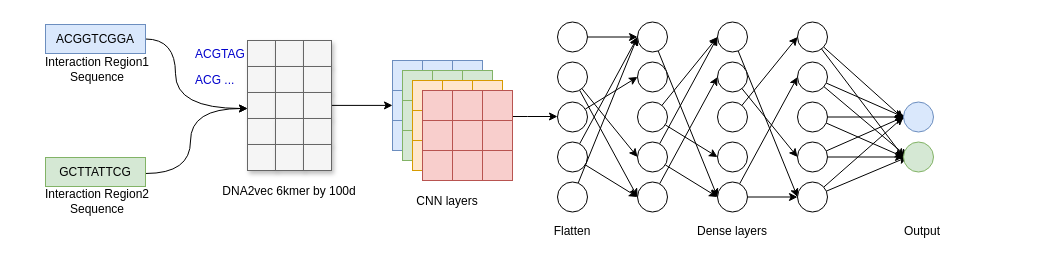
Earlier version of the draw.io diagram embedding_cnn_one_branch.drawio (NaiveTom/draw.io). Source tidied: cells renumbered, new cells numbered last; positions are measured from the earlier drawing's top-left corner, leaving out a move shared by most shapes. Both pictures are drawn from the tidied source at 100%, with x=0, y=0 at pixel (17, 21).
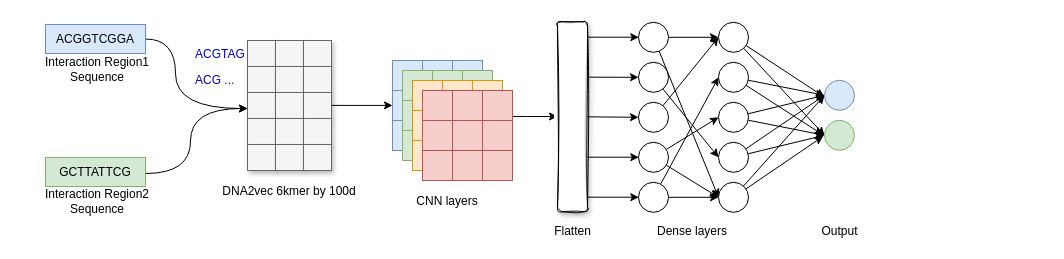
After the change.

The change refers to these unchanged cells:
```xml
<mxCell id="38" style="whiteSpace=wrap;html=1;fillColor=#f8cecc;strokeColor=#b85450;" parent="1" vertex="1">
  <mxGeometry x="465" y="69" width="30" height="30" as="geometry" />
</mxCell>
```

Change to the diagram source:
```diff
@@
-    <mxCell id="4" style="edgeStyle=orthogonalEdgeStyle;rounded=0;orthogonalLoop=1;jettySize=auto;html=1;entryX=0;entryY=0.5;entryDx=0;entryDy=0;" parent="1" edge="1">
-      <mxGeometry relative="1" as="geometry">
-        <mxPoint x="495" y="95" as="sourcePoint" />
-        <mxPoint x="540" y="95" as="targetPoint" />
-        <Array as="points">
-          <mxPoint x="510" y="95" />
-          <mxPoint x="510" y="95" />
-        </Array>
-      </mxGeometry>
-    </mxCell>
@@
+    <mxCell id="118" style="edgeStyle=orthogonalEdgeStyle;rounded=0;jettySize=auto;html=1;" parent="1" edge="1" source="38" target="150">
+      <mxGeometry relative="1" as="geometry">
+        <Array as="points">
+          <mxPoint x="510" y="95" />
+          <mxPoint x="510" y="95" />
+        </Array>
+      </mxGeometry>
+    </mxCell>
@@
-    <mxCell id="61" style="edgeStyle=none;rounded=0;jettySize=auto;html=1;entryX=0;entryY=0.5;entryDx=0;entryDy=0;" parent="1" edge="1" source="62" target="74">
-      <mxGeometry relative="1" as="geometry" />
-    </mxCell>
-    <mxCell id="62" style="ellipse;whiteSpace=wrap;html=1;" parent="1" vertex="1">
-      <mxGeometry x="540" y="0.5" width="30" height="30" as="geometry" />
-    </mxCell>
-    <mxCell id="63" style="edgeStyle=none;rounded=1;jumpSize=20;jettySize=auto;html=1;entryX=0;entryY=0.5;entryDx=0;entryDy=0;strokeWidth=1;" parent="1" edge="1" source="65" target="83">
-      <mxGeometry relative="1" as="geometry" />
-    </mxCell>
-    <mxCell id="64" style="edgeStyle=none;rounded=1;jumpSize=20;jettySize=auto;html=1;entryX=0;entryY=0.5;entryDx=0;entryDy=0;strokeWidth=1;" parent="1" edge="1" source="65" target="81">
-      <mxGeometry relative="1" as="geometry" />
-    </mxCell>
-    <mxCell id="65" style="ellipse;whiteSpace=wrap;html=1;" parent="1" vertex="1">
-      <mxGeometry x="540" y="40.5" width="30" height="30" as="geometry" />
-    </mxCell>
-    <mxCell id="66" style="rounded=1;jumpSize=20;jettySize=auto;html=1;entryX=0;entryY=0.5;entryDx=0;entryDy=0;strokeWidth=1;" parent="1" edge="1" source="67" target="75">
-      <mxGeometry relative="1" as="geometry" />
-    </mxCell>
-    <mxCell id="67" style="ellipse;whiteSpace=wrap;html=1;" parent="1" vertex="1">
-      <mxGeometry x="540" y="80.5" width="30" height="30" as="geometry" />
-    </mxCell>
-    <mxCell id="68" style="rounded=1;jumpSize=20;jettySize=auto;html=1;entryX=0;entryY=0.5;entryDx=0;entryDy=0;strokeWidth=1;" parent="1" edge="1" source="70" target="74">
-      <mxGeometry relative="1" as="geometry" />
-    </mxCell>
-    <mxCell id="69" style="edgeStyle=none;rounded=1;jumpSize=20;jettySize=auto;html=1;entryX=0;entryY=0.5;entryDx=0;entryDy=0;strokeWidth=1;" parent="1" edge="1" source="70" target="83">
-      <mxGeometry relative="1" as="geometry" />
-    </mxCell>
-    <mxCell id="70" style="ellipse;whiteSpace=wrap;html=1;" parent="1" vertex="1">
-      <mxGeometry x="540" y="120.5" width="30" height="30" as="geometry" />
-    </mxCell>
-    <mxCell id="71" style="edgeStyle=none;rounded=1;jumpSize=20;jettySize=auto;html=1;entryX=0;entryY=0.5;entryDx=0;entryDy=0;strokeWidth=1;" parent="1" edge="1" source="72" target="74">
-      <mxGeometry relative="1" as="geometry" />
-    </mxCell>
-    <mxCell id="72" style="ellipse;whiteSpace=wrap;html=1;" parent="1" vertex="1">
-      <mxGeometry x="540" y="160.5" width="30" height="30" as="geometry" />
-    </mxCell>
-    <mxCell id="73" style="edgeStyle=none;rounded=1;jumpSize=20;jettySize=auto;html=1;entryX=0;entryY=0.5;entryDx=0;entryDy=0;strokeWidth=1;" parent="1" edge="1" source="74" target="95">
-      <mxGeometry relative="1" as="geometry" />
-    </mxCell>
-    <mxCell id="74" style="ellipse;whiteSpace=wrap;html=1;" parent="1" vertex="1">
-      <mxGeometry x="620" y="0.5" width="30" height="30" as="geometry" />
-    </mxCell>
-    <mxCell id="75" style="ellipse;whiteSpace=wrap;html=1;" parent="1" vertex="1">
-      <mxGeometry x="620" y="40.5" width="30" height="30" as="geometry" />
-    </mxCell>
-    <mxCell id="76" style="edgeStyle=none;rounded=1;jumpSize=20;jettySize=auto;html=1;entryX=0;entryY=0.5;entryDx=0;entryDy=0;strokeWidth=1;" parent="1" edge="1" source="78" target="92">
-      <mxGeometry relative="1" as="geometry" />
-    </mxCell>
-    <mxCell id="77" style="edgeStyle=none;rounded=1;jumpSize=20;jettySize=auto;html=1;entryX=0;entryY=0.5;entryDx=0;entryDy=0;strokeWidth=1;" parent="1" edge="1" source="78" target="87">
-      <mxGeometry relative="1" as="geometry" />
-    </mxCell>
-    <mxCell id="78" style="ellipse;whiteSpace=wrap;html=1;" parent="1" vertex="1">
-      <mxGeometry x="620" y="80.5" width="30" height="30" as="geometry" />
-    </mxCell>
-    <mxCell id="79" style="edgeStyle=none;rounded=1;jumpSize=20;jettySize=auto;html=1;entryX=0;entryY=0.5;entryDx=0;entryDy=0;strokeWidth=1;" parent="1" edge="1" source="81" target="87">
-      <mxGeometry relative="1" as="geometry" />
-    </mxCell>
-    <mxCell id="80" style="edgeStyle=none;rounded=1;jumpSize=20;jettySize=auto;html=1;entryX=0;entryY=0.5;entryDx=0;entryDy=0;strokeWidth=1;" parent="1" edge="1" source="81" target="95">
-      <mxGeometry relative="1" as="geometry" />
-    </mxCell>
-    <mxCell id="81" style="ellipse;whiteSpace=wrap;html=1;" parent="1" vertex="1">
-      <mxGeometry x="620" y="120.5" width="30" height="30" as="geometry" />
-    </mxCell>
-    <mxCell id="82" style="edgeStyle=none;rounded=1;jumpSize=20;jettySize=auto;html=1;entryX=0;entryY=0.5;entryDx=0;entryDy=0;strokeWidth=1;" parent="1" edge="1" source="83" target="89">
-      <mxGeometry relative="1" as="geometry" />
-    </mxCell>
-    <mxCell id="83" style="ellipse;whiteSpace=wrap;html=1;" parent="1" vertex="1">
-      <mxGeometry x="620" y="160.5" width="30" height="30" as="geometry" />
-    </mxCell>
-    <mxCell id="84" value="Dense layers" style="text;html=1;strokeColor=none;fillColor=none;align=center;verticalAlign=middle;whiteSpace=wrap;rounded=0;" parent="1" vertex="1">
-      <mxGeometry x="590" y="199.5" width="250" height="20" as="geometry" />
-    </mxCell>
-    <mxCell id="85" value="Flatten" style="text;html=1;strokeColor=none;fillColor=none;align=center;verticalAlign=middle;whiteSpace=wrap;rounded=0;" parent="1" vertex="1">
-      <mxGeometry x="430" y="199.5" width="250" height="20" as="geometry" />
-    </mxCell>
-    <mxCell id="86" style="edgeStyle=none;rounded=1;jumpSize=20;jettySize=auto;html=1;entryX=0;entryY=0.5;entryDx=0;entryDy=0;strokeWidth=1;" parent="1" edge="1" source="87" target="110">
-      <mxGeometry relative="1" as="geometry" />
-    </mxCell>
-    <mxCell id="87" style="ellipse;whiteSpace=wrap;html=1;" parent="1" vertex="1">
-      <mxGeometry x="700" y="0.5" width="30" height="30" as="geometry" />
-    </mxCell>
-    <mxCell id="88" style="edgeStyle=none;rounded=1;jumpSize=20;jettySize=auto;html=1;entryX=0;entryY=0.5;entryDx=0;entryDy=0;strokeWidth=1;" parent="1" edge="1" source="89" target="107">
-      <mxGeometry relative="1" as="geometry" />
-    </mxCell>
-    <mxCell id="89" style="ellipse;whiteSpace=wrap;html=1;" parent="1" vertex="1">
-      <mxGeometry x="700" y="40.5" width="30" height="30" as="geometry" />
-    </mxCell>
-    <mxCell id="90" style="edgeStyle=none;rounded=1;jumpSize=20;jettySize=auto;html=1;entryX=0;entryY=0.5;entryDx=0;entryDy=0;strokeWidth=1;" parent="1" edge="1" source="91" target="98">
-      <mxGeometry relative="1" as="geometry" />
-    </mxCell>
-    <mxCell id="91" style="ellipse;whiteSpace=wrap;html=1;" parent="1" vertex="1">
-      <mxGeometry x="700" y="80.5" width="30" height="30" as="geometry" />
-    </mxCell>
-    <mxCell id="92" style="ellipse;whiteSpace=wrap;html=1;" parent="1" vertex="1">
-      <mxGeometry x="700" y="120.5" width="30" height="30" as="geometry" />
-    </mxCell>
-    <mxCell id="93" style="edgeStyle=none;rounded=1;jumpSize=20;jettySize=auto;html=1;entryX=0;entryY=0.5;entryDx=0;entryDy=0;strokeWidth=1;" parent="1" edge="1" source="95" target="101">
-      <mxGeometry relative="1" as="geometry" />
-    </mxCell>
-    <mxCell id="94" style="edgeStyle=none;rounded=1;jumpSize=20;jettySize=auto;html=1;entryX=0;entryY=0.5;entryDx=0;entryDy=0;strokeWidth=1;" parent="1" edge="1" source="95" target="110">
-      <mxGeometry relative="1" as="geometry" />
-    </mxCell>
-    <mxCell id="95" style="ellipse;whiteSpace=wrap;html=1;" parent="1" vertex="1">
-      <mxGeometry x="700" y="160.5" width="30" height="30" as="geometry" />
-    </mxCell>
-    <mxCell id="96" style="edgeStyle=none;rounded=1;jumpSize=20;jettySize=auto;html=1;entryX=0;entryY=0.5;entryDx=0;entryDy=0;strokeWidth=1;" parent="1" edge="1" source="98" target="113">
-      <mxGeometry relative="1" as="geometry" />
-    </mxCell>
-    <mxCell id="97" style="edgeStyle=none;rounded=1;jumpSize=20;jettySize=auto;html=1;strokeWidth=1;entryX=-0.001;entryY=0.557;entryDx=0;entryDy=0;entryPerimeter=0;" parent="1" edge="1" source="98" target="112">
-      <mxGeometry relative="1" as="geometry" />
-    </mxCell>
-    <mxCell id="98" style="ellipse;whiteSpace=wrap;html=1;" parent="1" vertex="1">
-      <mxGeometry x="780" y="0.5" width="30" height="30" as="geometry" />
-    </mxCell>
-    <mxCell id="99" style="edgeStyle=none;rounded=1;jumpSize=20;jettySize=auto;html=1;entryX=0;entryY=0.5;entryDx=0;entryDy=0;strokeWidth=1;" parent="1" edge="1" source="101" target="112">
-      <mxGeometry relative="1" as="geometry" />
-    </mxCell>
-    <mxCell id="100" style="edgeStyle=none;rounded=1;jumpSize=20;jettySize=auto;html=1;strokeWidth=1;" parent="1" edge="1" source="101">
-      <mxGeometry relative="1" as="geometry">
-        <mxPoint x="890" y="135.5" as="targetPoint" />
-      </mxGeometry>
-    </mxCell>
-    <mxCell id="101" style="ellipse;whiteSpace=wrap;html=1;" parent="1" vertex="1">
-      <mxGeometry x="780" y="40.5" width="30" height="30" as="geometry" />
-    </mxCell>
-    <mxCell id="102" style="edgeStyle=none;rounded=1;jumpSize=20;jettySize=auto;html=1;entryX=0;entryY=0.5;entryDx=0;entryDy=0;strokeWidth=1;" parent="1" edge="1" source="104" target="113">
-      <mxGeometry relative="1" as="geometry" />
-    </mxCell>
-    <mxCell id="103" style="edgeStyle=none;rounded=1;jumpSize=20;jettySize=auto;html=1;strokeWidth=1;" parent="1" edge="1" source="104">
-      <mxGeometry relative="1" as="geometry">
-        <mxPoint x="890" y="95.5" as="targetPoint" />
-      </mxGeometry>
-    </mxCell>
-    <mxCell id="104" style="ellipse;whiteSpace=wrap;html=1;" parent="1" vertex="1">
-      <mxGeometry x="780" y="80.5" width="30" height="30" as="geometry" />
-    </mxCell>
-    <mxCell id="105" style="edgeStyle=none;rounded=1;jumpSize=20;jettySize=auto;html=1;entryX=0;entryY=0.5;entryDx=0;entryDy=0;strokeWidth=1;" parent="1" edge="1" source="107" target="112">
-      <mxGeometry relative="1" as="geometry" />
-    </mxCell>
-    <mxCell id="106" style="edgeStyle=none;rounded=1;jumpSize=20;jettySize=auto;html=1;strokeWidth=1;entryX=0;entryY=0.5;entryDx=0;entryDy=0;" parent="1" edge="1" source="107" target="113">
-      <mxGeometry relative="1" as="geometry" />
-    </mxCell>
-    <mxCell id="107" style="ellipse;whiteSpace=wrap;html=1;" parent="1" vertex="1">
-      <mxGeometry x="780" y="120.5" width="30" height="30" as="geometry" />
-    </mxCell>
-    <mxCell id="108" style="edgeStyle=none;rounded=1;jumpSize=20;jettySize=auto;html=1;strokeWidth=1;" parent="1" edge="1" source="110">
-      <mxGeometry relative="1" as="geometry">
-        <mxPoint x="890" y="135.5" as="targetPoint" />
-      </mxGeometry>
-    </mxCell>
-    <mxCell id="109" style="edgeStyle=none;rounded=1;jumpSize=20;jettySize=auto;html=1;strokeWidth=1;entryX=0;entryY=0.5;entryDx=0;entryDy=0;" parent="1" edge="1" source="110" target="112">
-      <mxGeometry relative="1" as="geometry" />
-    </mxCell>
-    <mxCell id="110" style="ellipse;whiteSpace=wrap;html=1;" parent="1" vertex="1">
-      <mxGeometry x="780" y="160.5" width="30" height="30" as="geometry" />
-    </mxCell>
-    <mxCell id="111" value="&lt;div&gt;Output&lt;/div&gt;" style="text;html=1;strokeColor=none;fillColor=none;align=center;verticalAlign=middle;whiteSpace=wrap;rounded=0;" parent="1" vertex="1">
-      <mxGeometry x="780" y="199.5" width="250" height="20" as="geometry" />
-    </mxCell>
-    <mxCell id="112" style="ellipse;whiteSpace=wrap;html=1;fillColor=#dae8fc;strokeColor=#6c8ebf;" parent="1" vertex="1">
-      <mxGeometry x="886" y="80.5" width="30" height="30" as="geometry" />
-    </mxCell>
-    <mxCell id="113" style="ellipse;whiteSpace=wrap;html=1;fillColor=#d5e8d4;strokeColor=#82b366;" parent="1" vertex="1">
-      <mxGeometry x="886" y="120.5" width="30" height="30" as="geometry" />
-    </mxCell>
@@
+    <mxCell id="84" value="Dense layers" style="text;html=1;strokeColor=none;fillColor=none;align=center;verticalAlign=middle;whiteSpace=wrap;rounded=0;" parent="1" vertex="1">
+      <mxGeometry x="630" y="199.8" width="90" height="20" as="geometry" />
+    </mxCell>
+    <mxCell id="85" value="Flatten" style="text;html=1;strokeColor=none;fillColor=none;align=center;verticalAlign=middle;whiteSpace=wrap;rounded=0;" parent="1" vertex="1">
+      <mxGeometry x="544.5" y="199.8" width="21" height="20" as="geometry" />
+    </mxCell>
+    <mxCell id="119" style="edgeStyle=none;rounded=1;jumpSize=20;jettySize=auto;html=1;entryX=0;entryY=0.5;entryDx=0;entryDy=0;strokeWidth=1;" parent="1" edge="1" source="121" target="146">
+      <mxGeometry relative="1" as="geometry" />
+    </mxCell>
+    <mxCell id="120" style="edgeStyle=none;rounded=0;jettySize=auto;html=1;entryX=0;entryY=0.5;entryDx=0;entryDy=0;" parent="1" edge="1" source="121" target="134">
+      <mxGeometry relative="1" as="geometry" />
+    </mxCell>
+    <mxCell id="121" style="ellipse;whiteSpace=wrap;html=1;" parent="1" vertex="1">
+      <mxGeometry x="621" y="0.8" width="30" height="30" as="geometry" />
+    </mxCell>
+    <mxCell id="122" style="edgeStyle=none;rounded=1;jumpSize=20;jettySize=auto;html=1;entryX=0;entryY=0.5;entryDx=0;entryDy=0;strokeWidth=1;" parent="1" edge="1" source="123" target="143">
+      <mxGeometry relative="1" as="geometry" />
+    </mxCell>
+    <mxCell id="123" style="ellipse;whiteSpace=wrap;html=1;" parent="1" vertex="1">
+      <mxGeometry x="621" y="40.8" width="30" height="30" as="geometry" />
+    </mxCell>
+    <mxCell id="124" style="edgeStyle=none;rounded=1;jumpSize=20;jettySize=auto;html=1;entryX=0;entryY=0.5;entryDx=0;entryDy=0;strokeWidth=1;" parent="1" edge="1" source="125" target="134">
+      <mxGeometry relative="1" as="geometry" />
+    </mxCell>
+    <mxCell id="125" style="ellipse;whiteSpace=wrap;html=1;" parent="1" vertex="1">
+      <mxGeometry x="621" y="80.8" width="30" height="30" as="geometry" />
+    </mxCell>
+    <mxCell id="126" style="edgeStyle=none;rounded=0;jettySize=auto;html=1;entryX=0;entryY=0.5;entryDx=0;entryDy=0;" parent="1" edge="1" source="128" target="140">
+      <mxGeometry relative="1" as="geometry" />
+    </mxCell>
+    <mxCell id="127" style="edgeStyle=none;rounded=0;jettySize=auto;html=1;entryX=0;entryY=0.5;entryDx=0;entryDy=0;" parent="1" edge="1" source="128" target="146">
+      <mxGeometry relative="1" as="geometry" />
+    </mxCell>
+    <mxCell id="128" style="ellipse;whiteSpace=wrap;html=1;" parent="1" vertex="1">
+      <mxGeometry x="621" y="120.8" width="30" height="30" as="geometry" />
+    </mxCell>
+    <mxCell id="129" style="edgeStyle=none;rounded=1;jumpSize=20;jettySize=auto;html=1;entryX=0;entryY=0.5;entryDx=0;entryDy=0;strokeWidth=1;" parent="1" edge="1" source="131" target="137">
+      <mxGeometry relative="1" as="geometry" />
+    </mxCell>
+    <mxCell id="130" style="edgeStyle=none;rounded=1;jumpSize=20;jettySize=auto;html=1;entryX=0;entryY=0.5;entryDx=0;entryDy=0;strokeWidth=1;" parent="1" edge="1" source="131" target="146">
+      <mxGeometry relative="1" as="geometry" />
+    </mxCell>
+    <mxCell id="131" style="ellipse;whiteSpace=wrap;html=1;" parent="1" vertex="1">
+      <mxGeometry x="621" y="160.8" width="30" height="30" as="geometry" />
+    </mxCell>
+    <mxCell id="132" style="edgeStyle=none;rounded=1;jumpSize=20;jettySize=auto;html=1;entryX=0;entryY=0.5;entryDx=0;entryDy=0;strokeWidth=1;" parent="1" edge="1" source="134" target="148">
+      <mxGeometry relative="1" as="geometry" />
+    </mxCell>
+    <mxCell id="133" style="edgeStyle=none;rounded=1;jumpSize=20;jettySize=auto;html=1;strokeWidth=1;entryX=-0.001;entryY=0.557;entryDx=0;entryDy=0;entryPerimeter=0;" parent="1" edge="1" source="134" target="147">
+      <mxGeometry relative="1" as="geometry" />
+    </mxCell>
+    <mxCell id="134" style="ellipse;whiteSpace=wrap;html=1;" parent="1" vertex="1">
+      <mxGeometry x="701" y="0.8" width="30" height="30" as="geometry" />
+    </mxCell>
+    <mxCell id="135" style="edgeStyle=none;rounded=1;jumpSize=20;jettySize=auto;html=1;entryX=0;entryY=0.5;entryDx=0;entryDy=0;strokeWidth=1;" parent="1" edge="1" source="137" target="147">
+      <mxGeometry relative="1" as="geometry" />
+    </mxCell>
+    <mxCell id="136" style="edgeStyle=none;rounded=1;jumpSize=20;jettySize=auto;html=1;strokeWidth=1;entryX=-0.057;entryY=0.483;entryDx=0;entryDy=0;entryPerimeter=0;" parent="1" edge="1" source="137" target="148">
+      <mxGeometry relative="1" as="geometry" />
+    </mxCell>
+    <mxCell id="137" style="ellipse;whiteSpace=wrap;html=1;" parent="1" vertex="1">
+      <mxGeometry x="701" y="40.8" width="30" height="30" as="geometry" />
+    </mxCell>
+    <mxCell id="138" style="edgeStyle=none;rounded=1;jumpSize=20;jettySize=auto;html=1;entryX=0;entryY=0.5;entryDx=0;entryDy=0;strokeWidth=1;" parent="1" edge="1" source="140" target="148">
+      <mxGeometry relative="1" as="geometry" />
+    </mxCell>
+    <mxCell id="139" style="edgeStyle=none;rounded=1;jumpSize=20;jettySize=auto;html=1;strokeWidth=1;entryX=0;entryY=0.5;entryDx=0;entryDy=0;" parent="1" edge="1" source="140" target="147">
+      <mxGeometry relative="1" as="geometry" />
+    </mxCell>
+    <mxCell id="140" style="ellipse;whiteSpace=wrap;html=1;" parent="1" vertex="1">
+      <mxGeometry x="701" y="80.8" width="30" height="30" as="geometry" />
+    </mxCell>
+    <mxCell id="141" style="edgeStyle=none;rounded=1;jumpSize=20;jettySize=auto;html=1;entryX=0;entryY=0.5;entryDx=0;entryDy=0;strokeWidth=1;" parent="1" edge="1" source="143" target="147">
+      <mxGeometry relative="1" as="geometry" />
+    </mxCell>
+    <mxCell id="142" style="edgeStyle=none;rounded=1;jumpSize=20;jettySize=auto;html=1;strokeWidth=1;entryX=0;entryY=0.5;entryDx=0;entryDy=0;" parent="1" edge="1" source="143" target="148">
+      <mxGeometry relative="1" as="geometry" />
+    </mxCell>
+    <mxCell id="143" style="ellipse;whiteSpace=wrap;html=1;" parent="1" vertex="1">
+      <mxGeometry x="701" y="120.8" width="30" height="30" as="geometry" />
+    </mxCell>
+    <mxCell id="144" style="edgeStyle=none;rounded=1;jumpSize=20;jettySize=auto;html=1;strokeWidth=1;entryX=-0.05;entryY=0.538;entryDx=0;entryDy=0;entryPerimeter=0;" parent="1" edge="1" source="146" target="148">
+      <mxGeometry relative="1" as="geometry" />
+    </mxCell>
+    <mxCell id="145" style="edgeStyle=none;rounded=1;jumpSize=20;jettySize=auto;html=1;strokeWidth=1;entryX=0;entryY=0.5;entryDx=0;entryDy=0;" parent="1" edge="1" source="146" target="147">
+      <mxGeometry relative="1" as="geometry" />
+    </mxCell>
+    <mxCell id="146" style="ellipse;whiteSpace=wrap;html=1;" parent="1" vertex="1">
+      <mxGeometry x="701" y="160.8" width="30" height="30" as="geometry" />
+    </mxCell>
+    <mxCell id="111" value="&lt;div&gt;Output&lt;/div&gt;" style="text;html=1;strokeColor=none;fillColor=none;align=center;verticalAlign=middle;whiteSpace=wrap;rounded=0;" parent="1" vertex="1">
+      <mxGeometry x="810.8" y="199.8" width="22.5" height="20" as="geometry" />
+    </mxCell>
+    <mxCell id="147" style="ellipse;whiteSpace=wrap;html=1;fillColor=#dae8fc;strokeColor=#6c8ebf;" parent="1" vertex="1">
+      <mxGeometry x="807" y="58.8" width="30" height="30" as="geometry" />
+    </mxCell>
+    <mxCell id="148" style="ellipse;whiteSpace=wrap;html=1;fillColor=#d5e8d4;strokeColor=#82b366;" parent="1" vertex="1">
+      <mxGeometry x="807" y="98.8" width="30" height="30" as="geometry" />
+    </mxCell>
+    <mxCell id="149" style="rounded=0;jettySize=auto;html=1;entryX=0;entryY=0.5;entryDx=0;entryDy=0;" parent="1" edge="1" source="150">
+      <mxGeometry relative="1" as="geometry">
+        <mxPoint x="621" y="95.8" as="targetPoint" />
+      </mxGeometry>
+    </mxCell>
+    <mxCell id="150" style="rounded=1;whiteSpace=wrap;html=1;shadow=1;glass=0;sketch=1;" parent="1" vertex="1">
+      <mxGeometry x="540" y="0.2" width="30" height="190" as="geometry" />
+    </mxCell>
+    <mxCell id="151" style="endArrow=classic;html=1;entryX=0;entryY=0.5;entryDx=0;entryDy=0;exitX=0.989;exitY=0.292;exitDx=0;exitDy=0;exitPerimeter=0;" parent="1" edge="1" source="150">
+      <mxGeometry relative="1" as="geometry">
+        <mxPoint x="621" y="55.8" as="targetPoint" />
+      </mxGeometry>
+    </mxCell>
+    <mxCell id="152" style="endArrow=classic;html=1;entryX=0;entryY=0.5;entryDx=0;entryDy=0;exitX=0.989;exitY=0.292;exitDx=0;exitDy=0;exitPerimeter=0;" parent="1" edge="1">
+      <mxGeometry relative="1" as="geometry">
+        <mxPoint x="570" y="15.7" as="sourcePoint" />
+        <mxPoint x="621.3" y="15.7" as="targetPoint" />
+      </mxGeometry>
+    </mxCell>
+    <mxCell id="153" style="endArrow=classic;html=1;entryX=0;entryY=0.5;entryDx=0;entryDy=0;exitX=0.989;exitY=0.292;exitDx=0;exitDy=0;exitPerimeter=0;" parent="1" edge="1">
+      <mxGeometry relative="1" as="geometry">
+        <mxPoint x="570" y="135.7" as="sourcePoint" />
+        <mxPoint x="621.3" y="135.7" as="targetPoint" />
+      </mxGeometry>
+    </mxCell>
+    <mxCell id="154" style="endArrow=classic;html=1;entryX=0;entryY=0.5;entryDx=0;entryDy=0;exitX=0.989;exitY=0.292;exitDx=0;exitDy=0;exitPerimeter=0;" parent="1" edge="1">
+      <mxGeometry relative="1" as="geometry">
+        <mxPoint x="570" y="175.7" as="sourcePoint" />
+        <mxPoint x="621.3" y="175.7" as="targetPoint" />
+      </mxGeometry>
+    </mxCell>
```
